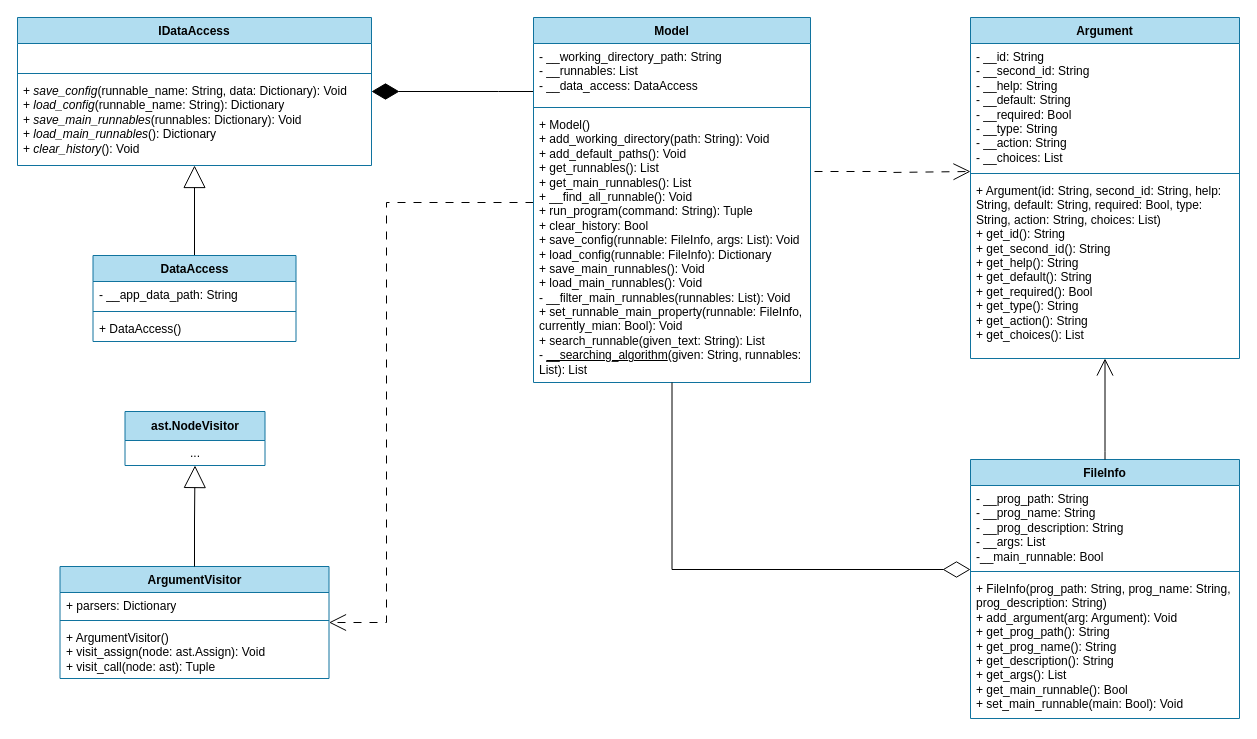
Above: documentation/draw.io/class_diagram_model_persistence.drawio in CsullogBeni/szofttech (draw.io), before the change. Source tidied: cells renumbered, new cells numbered last; positions are measured from the earlier drawing's top-left corner, leaving out a move shared by most shapes. Both pictures are drawn from the tidied source at 100%, with x=0, y=0 at pixel (17, 17).
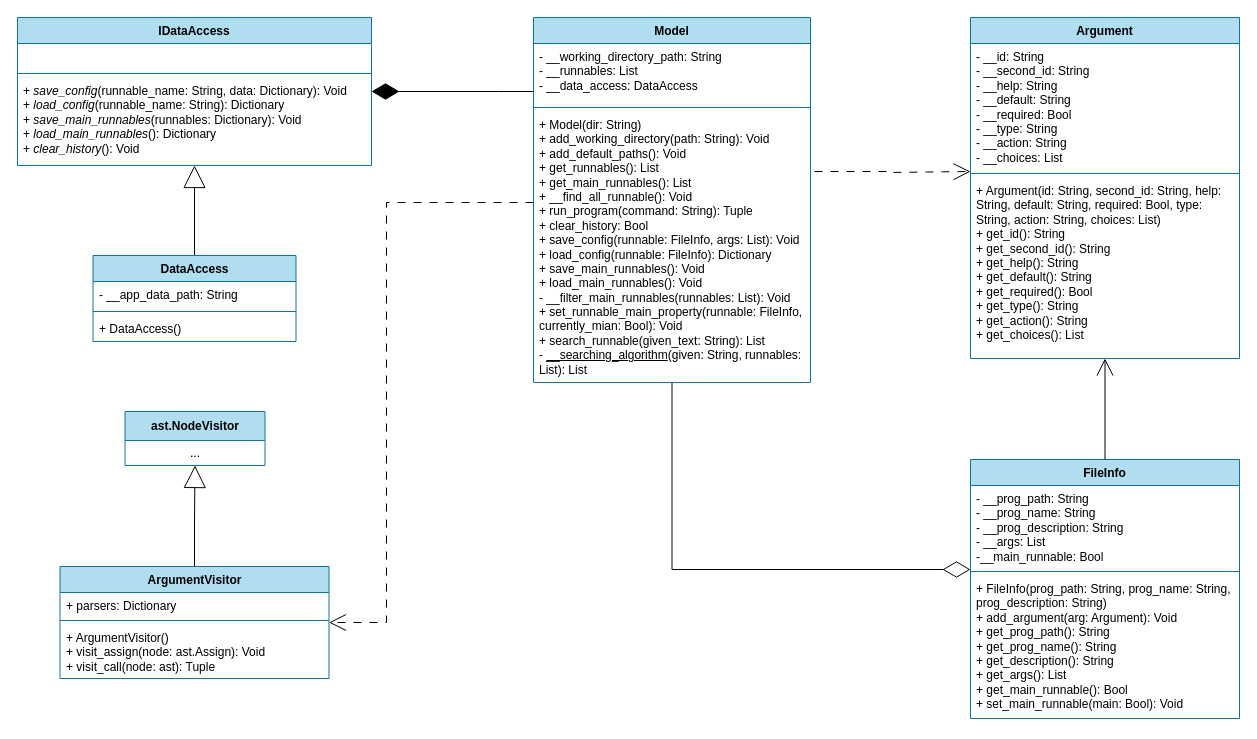
The same diagram, later.

Unchanged cells that the change refers to:
```xml
<mxCell id="27" value="Model" style="swimlane;fontStyle=1;align=center;verticalAlign=top;horizontal=1;startSize=26;whiteSpace=wrap;html=1;fillColor=#b1ddf0;strokeColor=#10739e;" parent="1" vertex="1">
  <mxGeometry x="516" width="277" height="365" as="geometry" />
</mxCell>
```

What changed in the source:
```diff
@@
-    <mxCell id="30" value="+ Model()&lt;div&gt;+ add_working_directory(path: String): Void&lt;br&gt;&lt;div&gt;+ add_default_paths(): Void&lt;/div&gt;&lt;div&gt;+ get_runnables(): List&lt;/div&gt;&lt;div&gt;+ get_main_runnables(): List&lt;br&gt;+ __find_all_runnable(): Void&lt;/div&gt;&lt;div&gt;+ run_program(command: String): Tuple&lt;/div&gt;&lt;div&gt;+ clear_history: Bool&lt;/div&gt;&lt;div&gt;+ save_config(runnable: FileInfo, args: List): Void&lt;/div&gt;&lt;div&gt;+ load_config(runnable: FileInfo): Dictionary&lt;br&gt;&lt;/div&gt;&lt;div&gt;+ save_main_runnables(): Void&lt;/div&gt;&lt;div&gt;+ load_main_runnables(): Void&lt;/div&gt;&lt;div&gt;- __filter_main_runnables(runnables: List): Void&lt;/div&gt;&lt;div&gt;+ set_runnable_main_property(runnable: FileInfo, currently_mian: Bool): Void&lt;/div&gt;&lt;div&gt;+ search_runnable(given_text: String): List&lt;/div&gt;&lt;div&gt;- &lt;u&gt;__searching_algorithm&lt;/u&gt;(given: String, runnables: List): List&lt;/div&gt;&lt;/div&gt;" style="text;strokeColor=none;fillColor=none;align=left;verticalAlign=top;spacingLeft=4;spacingRight=4;overflow=hidden;whiteSpace=wrap;html=1;" parent="27" vertex="1">
+    <mxCell id="30" value="+ Model(dir: String)&lt;div&gt;+ add_working_directory(path: String): Void&lt;br&gt;&lt;div&gt;+ add_default_paths(): Void&lt;/div&gt;&lt;div&gt;+ get_runnables(): List&lt;/div&gt;&lt;div&gt;+ get_main_runnables(): List&lt;br&gt;+ __find_all_runnable(): Void&lt;/div&gt;&lt;div&gt;+ run_program(command: String): Tuple&lt;/div&gt;&lt;div&gt;+ clear_history: Bool&lt;/div&gt;&lt;div&gt;+ save_config(runnable: FileInfo, args: List): Void&lt;/div&gt;&lt;div&gt;+ load_config(runnable: FileInfo): Dictionary&lt;br&gt;&lt;/div&gt;&lt;div&gt;+ save_main_runnables(): Void&lt;/div&gt;&lt;div&gt;+ load_main_runnables(): Void&lt;/div&gt;&lt;div&gt;- __filter_main_runnables(runnables: List): Void&lt;/div&gt;&lt;div&gt;+ set_runnable_main_property(runnable: FileInfo, currently_mian: Bool): Void&lt;/div&gt;&lt;div&gt;+ search_runnable(given_text: String): List&lt;/div&gt;&lt;div&gt;- &lt;u&gt;__searching_algorithm&lt;/u&gt;(given: String, runnables: List): List&lt;/div&gt;&lt;/div&gt;" style="text;strokeColor=none;fillColor=none;align=left;verticalAlign=top;spacingLeft=4;spacingRight=4;overflow=hidden;whiteSpace=wrap;html=1;" parent="27" vertex="1">
       <mxGeometry y="94" width="277" height="271" as="geometry" />
     </mxCell>
```
